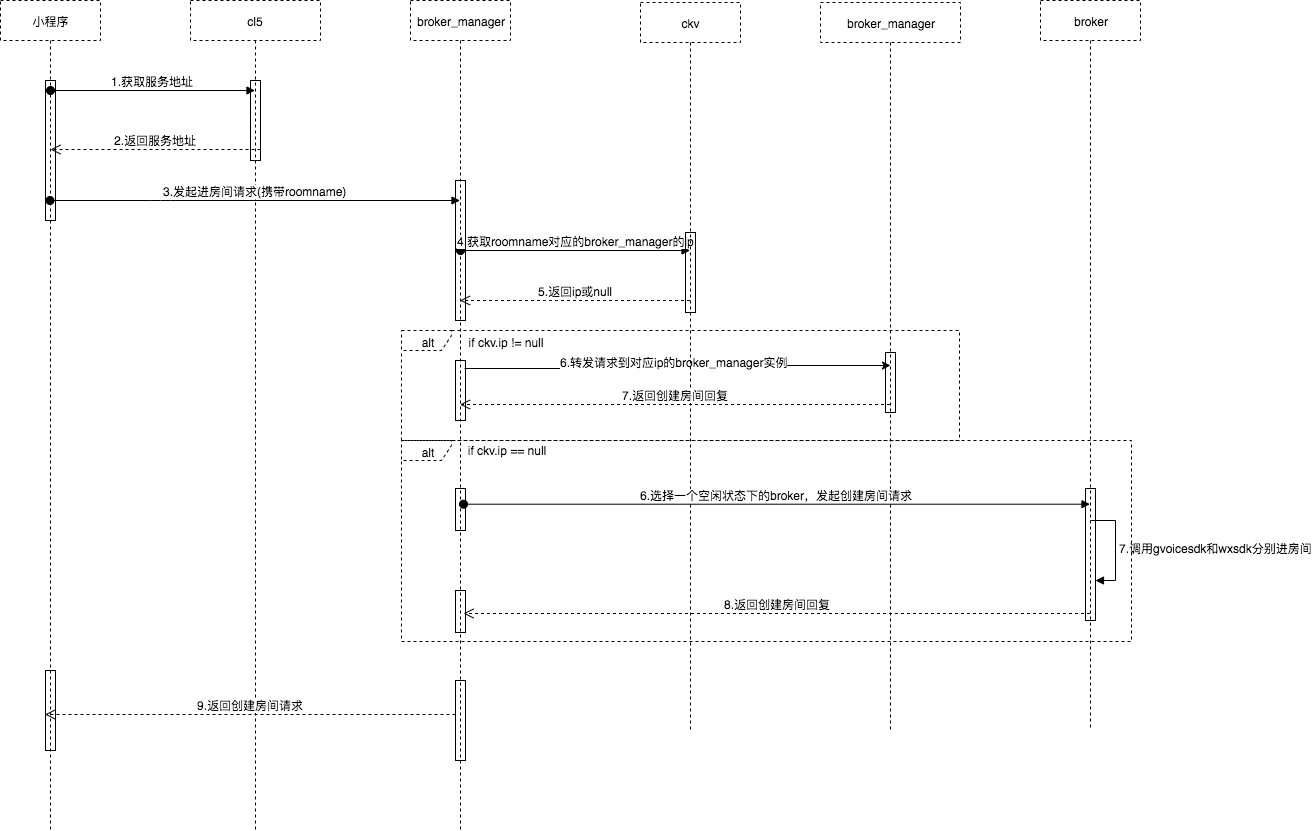
Before: 信令uml时序图.png, a diagram exported from draw.io (HDX180/hello_world). Source tidied: cells renumbered, new cells last; positions are measured from the earlier drawing's top-left corner, leaving out a move shared by most shapes.
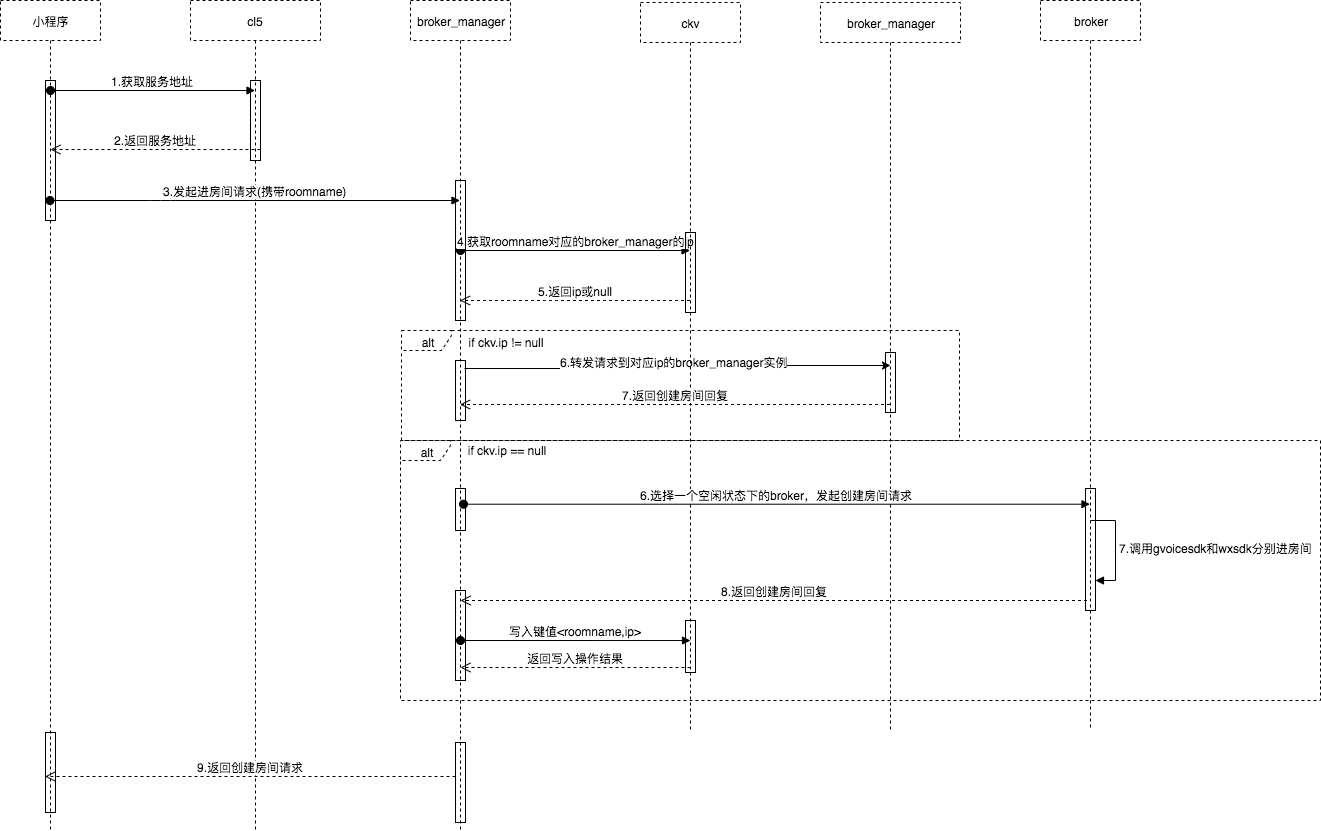
After the commit.

Commit message:
Added 信令uml时序图.png

The edit, as a diff of the source:
```diff
@@ -9,7 +9,7 @@
       <mxGeometry x="45" y="80" width="10" height="140" as="geometry" />
     </mxCell>
     <mxCell id="4" style="html=1;perimeter=orthogonalPerimeter;fillColor=none;" parent="2" vertex="1">
-      <mxGeometry x="45" y="670" width="10" height="80" as="geometry" />
+      <mxGeometry x="45" y="732" width="10" height="80" as="geometry" />
     </mxCell>
     <mxCell id="5" style="edgeStyle=orthogonalEdgeStyle;rounded=0;jettySize=auto;html=1;exitX=0.9;exitY=0.133;exitDx=0;exitDy=0;exitPerimeter=0;" parent="1" edge="1" source="29">
       <mxGeometry relative="1" as="geometry">
@@ -31,23 +31,25 @@
       <mxGeometry x="45" y="180" width="10" height="140" as="geometry" />
     </mxCell>
     <mxCell id="10" style="html=1;perimeter=orthogonalPerimeter;fillColor=none;" parent="7" vertex="1">
-      <mxGeometry x="45" y="680" width="10" height="80" as="geometry" />
+      <mxGeometry x="45" y="742" width="10" height="80" as="geometry" />
     </mxCell>
-    <mxCell id="11" value="8.返回创建房间回复" style="html=1;verticalAlign=bottom;endArrow=open;dashed=1;endSize=8;entryX=0.53;entryY=0.775;entryDx=0;entryDy=0;entryPerimeter=0;" parent="7" edge="1">
-      <mxGeometry relative="1" as="geometry">
-        <mxPoint x="679.5" y="613" as="sourcePoint" />
-        <mxPoint x="53" y="613" as="targetPoint" />
-      </mxGeometry>
-    </mxCell>
     <mxCell id="12" style="html=1;perimeter=orthogonalPerimeter;fillColor=none;" parent="7" vertex="1">
-      <mxGeometry x="45" y="590" width="10" height="42" as="geometry" />
+      <mxGeometry x="45" y="590" width="10" height="90" as="geometry" />
     </mxCell>
+    <mxCell id="35" value="写入键值&amp;lt;roomname,ip&amp;gt;" style="html=1;verticalAlign=bottom;startArrow=oval;startFill=1;endArrow=block;startSize=8;entryX=0.5;entryY=0.385;entryDx=0;entryDy=0;entryPerimeter=0;" parent="7" edge="1" target="36">
+      <mxGeometry relative="1" as="geometry">
+        <mxPoint x="50" y="640" as="sourcePoint" />
+      </mxGeometry>
+    </mxCell>
     <mxCell id="13" value="ckv" style="shape=umlLifeline;perimeter=lifelinePerimeter;whiteSpace=wrap;html=1;outlineConnect=0;dashed=1;fillColor=none;" parent="1" vertex="1">
       <mxGeometry x="640" y="2" width="100" height="730" as="geometry" />
     </mxCell>
     <mxCell id="14" style="html=1;perimeter=orthogonalPerimeter;fillColor=none;" parent="13" vertex="1">
       <mxGeometry x="45" y="230" width="10" height="80" as="geometry" />
     </mxCell>
+    <mxCell id="36" style="html=1;points=[];perimeter=orthogonalPerimeter;fillColor=none;" parent="13" vertex="1">
+      <mxGeometry x="45" y="618" width="10" height="52" as="geometry" />
+    </mxCell>
     <mxCell id="15" value="cl5" style="shape=umlLifeline;perimeter=lifelinePerimeter;whiteSpace=wrap;html=1;outlineConnect=0;dashed=1;fillColor=none;" parent="1" vertex="1">
       <mxGeometry x="190" width="130" height="830" as="geometry" />
     </mxCell>
@@ -108,8 +110,8 @@
     </mxCell>
     <mxCell id="28" value="9.返回创建房间请求" style="html=1;verticalAlign=bottom;endArrow=open;dashed=1;endSize=8;" parent="1" edge="1">
       <mxGeometry relative="1" as="geometry">
-        <mxPoint x="455" y="714" as="sourcePoint" />
-        <mxPoint x="44.5" y="714" as="targetPoint" />
+        <mxPoint x="455" y="776" as="sourcePoint" />
+        <mxPoint x="44.5" y="776" as="targetPoint" />
       </mxGeometry>
     </mxCell>
     <mxCell id="29" style="html=1;points=[];perimeter=orthogonalPerimeter;fillColor=none;" parent="1" vertex="1">
@@ -122,7 +124,7 @@
       <mxGeometry x="455" y="488" width="10" height="42" as="geometry" />
     </mxCell>
     <mxCell id="32" style="html=1;points=[];perimeter=orthogonalPerimeter;fillColor=none;" parent="1" vertex="1">
-      <mxGeometry x="1085" y="488" width="10" height="132" as="geometry" />
+      <mxGeometry x="1085" y="488" width="10" height="122" as="geometry" />
     </mxCell>
     <mxCell id="33" value="7.调用gvoicesdk和wxsdk分别进房间" style="edgeStyle=orthogonalEdgeStyle;html=1;align=left;spacingLeft=2;endArrow=block;rounded=0;" parent="1" edge="1" target="32">
       <mxGeometry relative="1" as="geometry">
@@ -134,7 +136,19 @@
       </mxGeometry>
     </mxCell>
     <mxCell id="34" value="alt" style="shape=umlFrame;whiteSpace=wrap;html=1;dashed=1;fillColor=none;verticalAlign=bottom;width=50;height=20;" parent="1" vertex="1">
-      <mxGeometry x="401" y="440" width="730" height="201" as="geometry" />
+      <mxGeometry x="400" y="440" width="920" height="260" as="geometry" />
     </mxCell>
+    <mxCell id="11" value="8.返回创建房间回复" style="html=1;verticalAlign=bottom;endArrow=open;dashed=1;endSize=8;entryX=0.53;entryY=0.775;entryDx=0;entryDy=0;entryPerimeter=0;" parent="1" edge="1">
+      <mxGeometry relative="1" as="geometry">
+        <mxPoint x="1086.5" y="600" as="sourcePoint" />
+        <mxPoint x="460" y="600" as="targetPoint" />
+      </mxGeometry>
+    </mxCell>
+    <mxCell id="37" value="返回写入操作结果" style="html=1;verticalAlign=bottom;endArrow=open;dashed=1;endSize=8;entryX=0.5;entryY=0.778;entryDx=0;entryDy=0;entryPerimeter=0;" parent="1" edge="1">
+      <mxGeometry relative="1" as="geometry">
+        <mxPoint x="690" y="667" as="sourcePoint" />
+        <mxPoint x="460" y="667" as="targetPoint" />
+      </mxGeometry>
+    </mxCell>
   </root>
 </mxGraphModel>
```
